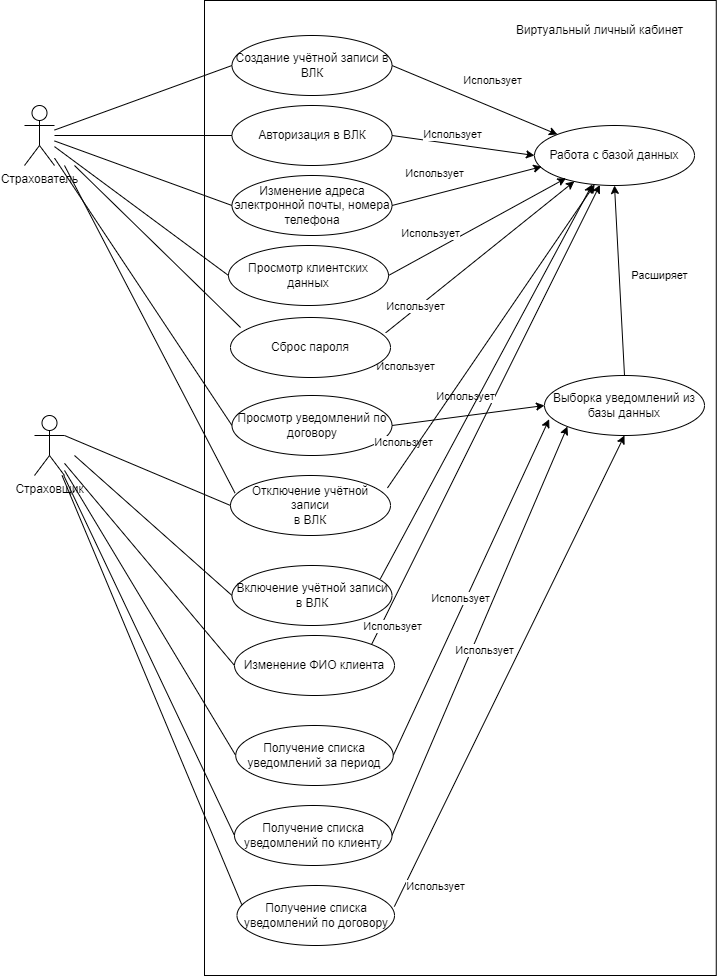
VladBaton/vlk keeps this draw.io diagram as src/main/resources/documentation/Диаграмма вариантов использования.drawio.png. Above is the earlier version. Source tidied: cells renumbered, new cells last; positions are measured from the earlier drawing's top-left corner, leaving out a move shared by most shapes.
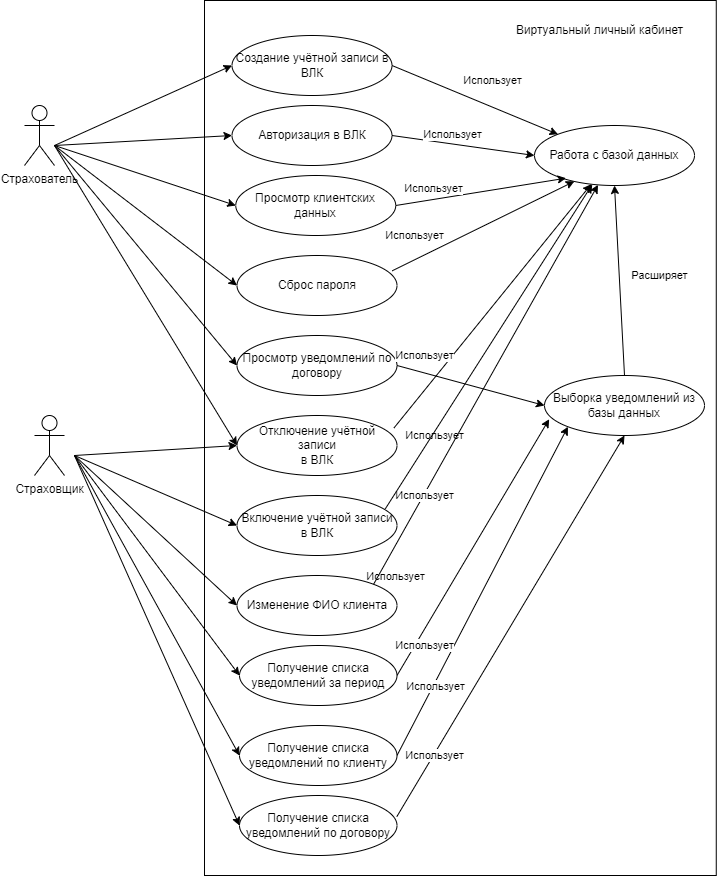
After the change.

Diff of the diagram source:
```diff
@@ -3,7 +3,7 @@
     <mxCell id="0" />
     <mxCell id="1" parent="0" />
     <mxCell id="2" style="rounded=0;whiteSpace=wrap;html=1;" parent="1" vertex="1">
-      <mxGeometry x="180" width="511.8" height="975" as="geometry" />
+      <mxGeometry x="180" width="511.8" height="875" as="geometry" />
     </mxCell>
     <mxCell id="3" value="&lt;div&gt;Страховщик&lt;/div&gt;" style="shape=umlActor;verticalLabelPosition=bottom;verticalAlign=top;html=1;outlineConnect=0;" parent="1" vertex="1">
       <mxGeometry x="10" y="415" width="30" height="60" as="geometry" />
@@ -15,44 +15,20 @@
       <mxGeometry y="105" width="30" height="60" as="geometry" />
     </mxCell>
     <mxCell id="6" value="Просмотр уведомлений по договору" style="ellipse;whiteSpace=wrap;html=1;" parent="1" vertex="1">
-      <mxGeometry x="207.5" y="395" width="160" height="60" as="geometry" />
+      <mxGeometry x="212.5" y="335" width="160" height="60" as="geometry" />
     </mxCell>
-    <mxCell id="7" style="endArrow=none;html=1;rounded=0;entryX=0;entryY=0.5;entryDx=0;entryDy=0;" parent="1" edge="1" source="5" target="6">
-      <mxGeometry relative="1" as="geometry" />
-    </mxCell>
-    <mxCell id="8" style="endArrow=none;html=1;rounded=0;exitX=0;exitY=0.5;exitDx=0;exitDy=0;" parent="1" edge="1" source="9" target="3">
-      <mxGeometry relative="1" as="geometry" />
-    </mxCell>
     <mxCell id="9" value="Получение списка уведомлений за период" style="ellipse;whiteSpace=wrap;html=1;" parent="1" vertex="1">
-      <mxGeometry x="211.2" y="725" width="157.5" height="60" as="geometry" />
+      <mxGeometry x="215" y="645" width="157.5" height="60" as="geometry" />
     </mxCell>
     <mxCell id="10" value="Получение списка уведомлений по клиенту" style="ellipse;whiteSpace=wrap;html=1;" parent="1" vertex="1">
-      <mxGeometry x="210" y="805" width="157.5" height="60" as="geometry" />
+      <mxGeometry x="215" y="725" width="157.5" height="60" as="geometry" />
     </mxCell>
-    <mxCell id="11" style="endArrow=none;html=1;rounded=0;exitX=0;exitY=0.5;exitDx=0;exitDy=0;" parent="1" edge="1" source="10" target="3">
-      <mxGeometry relative="1" as="geometry" />
-    </mxCell>
     <mxCell id="12" value="Авторизация в ВЛК" style="ellipse;whiteSpace=wrap;html=1;" parent="1" vertex="1">
       <mxGeometry x="207.5" y="105" width="160" height="60" as="geometry" />
     </mxCell>
-    <mxCell id="13" style="endArrow=none;html=1;rounded=0;exitX=0;exitY=0.5;exitDx=0;exitDy=0;" parent="1" edge="1" source="12" target="5">
-      <mxGeometry relative="1" as="geometry" />
-    </mxCell>
     <mxCell id="14" value="Создание учётной записи в ВЛК" style="ellipse;whiteSpace=wrap;html=1;" parent="1" vertex="1">
       <mxGeometry x="207.5" y="35" width="160" height="60" as="geometry" />
     </mxCell>
-    <mxCell id="15" style="endArrow=none;html=1;rounded=0;exitX=0;exitY=0.5;exitDx=0;exitDy=0;" parent="1" edge="1" source="14" target="5">
-      <mxGeometry relative="1" as="geometry" />
-    </mxCell>
-    <mxCell id="16" value="Изменение адреса электронной почты, номера&lt;br&gt;телефона" style="ellipse;whiteSpace=wrap;html=1;" parent="1" vertex="1">
-      <mxGeometry x="207.5" y="175" width="160" height="60" as="geometry" />
-    </mxCell>
-    <mxCell id="17" style="endArrow=none;html=1;rounded=0;exitX=0;exitY=0.5;exitDx=0;exitDy=0;" parent="1" edge="1" source="16" target="5">
-      <mxGeometry relative="1" as="geometry" />
-    </mxCell>
-    <mxCell id="18" style="endArrow=none;html=1;rounded=0;exitX=0;exitY=0.5;exitDx=0;exitDy=0;" parent="1" edge="1" source="39" target="3">
-      <mxGeometry relative="1" as="geometry" />
-    </mxCell>
     <mxCell id="19" value="Выборка уведомлений из базы данных" style="ellipse;whiteSpace=wrap;html=1;" parent="1" vertex="1">
       <mxGeometry x="520" y="375" width="160" height="60" as="geometry" />
     </mxCell>
@@ -61,7 +37,7 @@
     </mxCell>
     <mxCell id="21" value="Использует" style="edgeLabel;html=1;align=center;verticalAlign=middle;" parent="20" vertex="1">
       <mxGeometry y="-1" relative="1" as="geometry">
-        <mxPoint x="-65" y="25" as="offset" />
+        <mxPoint x="-37" y="49" as="offset" />
       </mxGeometry>
     </mxCell>
     <mxCell id="22" style="endArrow=classic;html=1;rounded=0;entryX=0.029;entryY=0.729;entryDx=0;entryDy=0;exitX=1;exitY=0.5;exitDx=0;exitDy=0;entryPerimeter=0;" parent="1" edge="1" source="9" target="19">
@@ -69,7 +45,7 @@
     </mxCell>
     <mxCell id="23" value="Использует" style="edgeLabel;html=1;align=center;verticalAlign=middle;" parent="22" vertex="1">
       <mxGeometry y="-1" relative="1" as="geometry">
-        <mxPoint x="-13" y="11" as="offset" />
+        <mxPoint x="-79" y="28" as="offset" />
       </mxGeometry>
     </mxCell>
     <mxCell id="24" style="endArrow=classic;html=1;rounded=0;entryX=0;entryY=1;entryDx=0;entryDy=0;exitX=1;exitY=0.5;exitDx=0;exitDy=0;" parent="1" edge="1" source="10" target="19">
@@ -77,7 +53,7 @@
     </mxCell>
     <mxCell id="25" value="Использует" style="edgeLabel;html=1;align=center;verticalAlign=middle;" parent="24" vertex="1">
       <mxGeometry y="-1" relative="1" as="geometry">
-        <mxPoint x="3" y="19" as="offset" />
+        <mxPoint x="-49" y="95" as="offset" />
       </mxGeometry>
     </mxCell>
     <mxCell id="26" value="Работа с базой данных" style="ellipse;whiteSpace=wrap;html=1;" parent="1" vertex="1">
@@ -107,16 +83,8 @@
         <mxPoint y="-15" as="offset" />
       </mxGeometry>
     </mxCell>
-    <mxCell id="33" style="endArrow=classic;html=1;rounded=0;entryX=0.045;entryY=0.685;entryDx=0;entryDy=0;exitX=1;exitY=0.5;exitDx=0;exitDy=0;entryPerimeter=0;" parent="1" edge="1" source="16" target="26">
-      <mxGeometry relative="1" as="geometry" />
-    </mxCell>
-    <mxCell id="34" value="Использует" style="edgeLabel;html=1;align=center;verticalAlign=middle;" parent="33" vertex="1">
-      <mxGeometry x="-0.23" relative="1" as="geometry">
-        <mxPoint x="-16" y="-17" as="offset" />
-      </mxGeometry>
-    </mxCell>
     <mxCell id="35" value="Просмотр клиентских данных" style="ellipse;whiteSpace=wrap;html=1;" parent="1" vertex="1">
-      <mxGeometry x="204" y="245" width="160" height="60" as="geometry" />
+      <mxGeometry x="211.2" y="175" width="160" height="60" as="geometry" />
     </mxCell>
     <mxCell id="36" style="endArrow=classic;html=1;rounded=0;entryX=0.197;entryY=0.878;entryDx=0;entryDy=0;entryPerimeter=0;exitX=1;exitY=0.5;exitDx=0;exitDy=0;" parent="1" edge="1" source="35" target="26">
       <mxGeometry relative="1" as="geometry" />
@@ -126,74 +94,110 @@
         <mxPoint x="-25" y="-10" as="offset" />
       </mxGeometry>
     </mxCell>
-    <mxCell id="38" style="endArrow=none;html=1;rounded=0;exitX=0;exitY=0.5;exitDx=0;exitDy=0;" parent="1" edge="1" source="35" target="5">
-      <mxGeometry relative="1" as="geometry" />
-    </mxCell>
     <mxCell id="39" value="Изменение ФИО клиента" style="ellipse;whiteSpace=wrap;html=1;" parent="1" vertex="1">
-      <mxGeometry x="210" y="635" width="160" height="60" as="geometry" />
+      <mxGeometry x="212.5" y="575" width="160" height="60" as="geometry" />
     </mxCell>
     <mxCell id="40" style="endArrow=classic;html=1;rounded=0;exitX=1;exitY=0;exitDx=0;exitDy=0;" parent="1" edge="1" source="39" target="26">
       <mxGeometry relative="1" as="geometry" />
     </mxCell>
     <mxCell id="41" value="Использует" style="edgeLabel;html=1;align=center;verticalAlign=middle;" parent="1" vertex="1">
-      <mxGeometry x="440" y="395" as="geometry" />
+      <mxGeometry x="400" y="495" as="geometry" />
     </mxCell>
     <mxCell id="42" value="Отключение учётной записи&lt;br&gt;в ВЛК" style="ellipse;whiteSpace=wrap;html=1;" parent="1" vertex="1">
-      <mxGeometry x="206" y="475" width="160" height="60" as="geometry" />
+      <mxGeometry x="212.5" y="415" width="160" height="60" as="geometry" />
     </mxCell>
-    <mxCell id="43" style="endArrow=none;html=1;rounded=0;exitX=0.028;exitY=0.292;exitDx=0;exitDy=0;exitPerimeter=0;" parent="1" edge="1" source="42">
-      <mxGeometry relative="1" as="geometry">
-        <mxPoint x="40" y="165" as="targetPoint" />
-      </mxGeometry>
-    </mxCell>
-    <mxCell id="44" style="endArrow=none;html=1;rounded=0;entryX=0;entryY=0.5;entryDx=0;entryDy=0;exitX=1;exitY=0.3333333333333333;exitDx=0;exitDy=0;exitPerimeter=0;" parent="1" edge="1" source="3" target="42">
-      <mxGeometry relative="1" as="geometry" />
-    </mxCell>
     <mxCell id="45" style="endArrow=classic;html=1;rounded=0;exitX=0.981;exitY=0.208;exitDx=0;exitDy=0;exitPerimeter=0;" parent="1" edge="1" source="42" target="26">
       <mxGeometry relative="1" as="geometry" />
     </mxCell>
     <mxCell id="46" value="Использует" style="edgeLabel;html=1;align=center;verticalAlign=middle;" parent="1" vertex="1">
-      <mxGeometry x="380" y="365" as="geometry" />
+      <mxGeometry x="400" y="355" as="geometry" />
     </mxCell>
     <mxCell id="47" value="Включение учётной записи&lt;br&gt;в ВЛК" style="ellipse;whiteSpace=wrap;html=1;" parent="1" vertex="1">
-      <mxGeometry x="207.5" y="565" width="160" height="60" as="geometry" />
+      <mxGeometry x="212.5" y="495" width="160" height="60" as="geometry" />
     </mxCell>
-    <mxCell id="48" style="endArrow=none;html=1;rounded=0;entryX=0;entryY=0.5;entryDx=0;entryDy=0;" parent="1" edge="1" target="47">
-      <mxGeometry relative="1" as="geometry">
-        <mxPoint x="50" y="455" as="sourcePoint" />
-      </mxGeometry>
-    </mxCell>
     <mxCell id="49" style="endArrow=classic;html=1;rounded=0;exitX=0.927;exitY=0.222;exitDx=0;exitDy=0;exitPerimeter=0;entryX=0.361;entryY=0.983;entryDx=0;entryDy=0;entryPerimeter=0;" parent="1" edge="1" source="47" target="26">
       <mxGeometry relative="1" as="geometry" />
     </mxCell>
     <mxCell id="50" value="Сброс пароля" style="ellipse;whiteSpace=wrap;html=1;" parent="1" vertex="1">
-      <mxGeometry x="206" y="317" width="160" height="60" as="geometry" />
+      <mxGeometry x="212.5" y="255" width="160" height="60" as="geometry" />
     </mxCell>
     <mxCell id="51" style="endArrow=classic;html=1;rounded=0;entryX=0.249;entryY=0.931;entryDx=0;entryDy=0;entryPerimeter=0;exitX=0.97;exitY=0.255;exitDx=0;exitDy=0;exitPerimeter=0;" parent="1" edge="1" source="50" target="26">
       <mxGeometry relative="1" as="geometry" />
     </mxCell>
-    <mxCell id="52" style="endArrow=none;html=1;rounded=0;entryX=0.063;entryY=0.167;entryDx=0;entryDy=0;entryPerimeter=0;" parent="1" edge="1" target="50">
-      <mxGeometry relative="1" as="geometry">
-        <mxPoint x="50" y="165" as="sourcePoint" />
-      </mxGeometry>
-    </mxCell>
     <mxCell id="53" value="Использует" style="edgeLabel;html=1;align=center;verticalAlign=middle;" parent="1" vertex="1">
-      <mxGeometry x="390" y="305" as="geometry" />
+      <mxGeometry x="390" y="235" as="geometry" />
     </mxCell>
     <mxCell id="54" value="Использует" style="edgeLabel;html=1;align=center;verticalAlign=middle;" parent="1" vertex="1">
-      <mxGeometry x="367.5" y="625" as="geometry" />
+      <mxGeometry x="400" y="645" as="geometry" />
     </mxCell>
     <mxCell id="55" value="Получение списка уведомлений по договору" style="ellipse;whiteSpace=wrap;html=1;" parent="1" vertex="1">
-      <mxGeometry x="212.5" y="885" width="157.5" height="60" as="geometry" />
+      <mxGeometry x="215" y="795" width="157.5" height="60" as="geometry" />
     </mxCell>
-    <mxCell id="56" style="endArrow=none;html=1;rounded=0;exitX=0.03;exitY=0.317;exitDx=0;exitDy=0;exitPerimeter=0;" parent="1" edge="1" source="55" target="3">
-      <mxGeometry relative="1" as="geometry" />
-    </mxCell>
     <mxCell id="57" style="endArrow=classic;html=1;rounded=0;entryX=0.5;entryY=1;entryDx=0;entryDy=0;exitX=0.999;exitY=0.352;exitDx=0;exitDy=0;exitPerimeter=0;" parent="1" edge="1" source="55" target="19">
       <mxGeometry relative="1" as="geometry" />
     </mxCell>
     <mxCell id="58" value="Использует" style="edgeLabel;html=1;align=center;verticalAlign=middle;" parent="1" vertex="1">
-      <mxGeometry x="410" y="885" as="geometry" />
+      <mxGeometry x="410" y="755" as="geometry" />
     </mxCell>
+    <mxCell id="59" style="endArrow=classic;html=1;rounded=0;entryX=0;entryY=0.5;entryDx=0;entryDy=0;" parent="1" edge="1" target="14">
+      <mxGeometry relative="1" as="geometry">
+        <mxPoint x="30" y="145" as="sourcePoint" />
+      </mxGeometry>
+    </mxCell>
+    <mxCell id="60" style="endArrow=classic;html=1;rounded=0;entryX=0;entryY=0.5;entryDx=0;entryDy=0;" parent="1" edge="1" target="12">
+      <mxGeometry relative="1" as="geometry">
+        <mxPoint x="30" y="145" as="sourcePoint" />
+      </mxGeometry>
+    </mxCell>
+    <mxCell id="61" style="endArrow=classic;html=1;rounded=0;entryX=0;entryY=0.5;entryDx=0;entryDy=0;" parent="1" edge="1" target="35">
+      <mxGeometry relative="1" as="geometry">
+        <mxPoint x="30" y="145" as="sourcePoint" />
+      </mxGeometry>
+    </mxCell>
+    <mxCell id="62" style="endArrow=classic;html=1;rounded=0;entryX=0;entryY=0.5;entryDx=0;entryDy=0;" parent="1" edge="1" target="50">
+      <mxGeometry relative="1" as="geometry">
+        <mxPoint x="30" y="145" as="sourcePoint" />
+      </mxGeometry>
+    </mxCell>
+    <mxCell id="63" style="endArrow=classic;html=1;rounded=0;entryX=0;entryY=0.5;entryDx=0;entryDy=0;" parent="1" edge="1" target="6">
+      <mxGeometry relative="1" as="geometry">
+        <mxPoint x="30" y="145" as="sourcePoint" />
+      </mxGeometry>
+    </mxCell>
+    <mxCell id="64" style="endArrow=classic;html=1;rounded=0;entryX=0;entryY=0.5;entryDx=0;entryDy=0;" parent="1" edge="1" target="42">
+      <mxGeometry relative="1" as="geometry">
+        <mxPoint x="30" y="145" as="sourcePoint" />
+      </mxGeometry>
+    </mxCell>
+    <mxCell id="65" style="endArrow=classic;html=1;rounded=0;entryX=0;entryY=0.5;entryDx=0;entryDy=0;" parent="1" edge="1" target="42">
+      <mxGeometry relative="1" as="geometry">
+        <mxPoint x="50" y="455" as="sourcePoint" />
+      </mxGeometry>
+    </mxCell>
+    <mxCell id="66" style="endArrow=classic;html=1;rounded=0;entryX=0;entryY=0.5;entryDx=0;entryDy=0;" parent="1" edge="1" target="47">
+      <mxGeometry relative="1" as="geometry">
+        <mxPoint x="50" y="455" as="sourcePoint" />
+      </mxGeometry>
+    </mxCell>
+    <mxCell id="67" style="endArrow=classic;html=1;rounded=0;entryX=0;entryY=0.5;entryDx=0;entryDy=0;" parent="1" edge="1" target="39">
+      <mxGeometry relative="1" as="geometry">
+        <mxPoint x="50" y="455" as="sourcePoint" />
+      </mxGeometry>
+    </mxCell>
+    <mxCell id="68" style="endArrow=classic;html=1;rounded=0;entryX=0;entryY=0.5;entryDx=0;entryDy=0;" parent="1" edge="1" target="9">
+      <mxGeometry relative="1" as="geometry">
+        <mxPoint x="50" y="455" as="sourcePoint" />
+      </mxGeometry>
+    </mxCell>
+    <mxCell id="69" style="endArrow=classic;html=1;rounded=0;entryX=0;entryY=0.5;entryDx=0;entryDy=0;" parent="1" edge="1" target="10">
+      <mxGeometry relative="1" as="geometry">
+        <mxPoint x="50" y="455" as="sourcePoint" />
+      </mxGeometry>
+    </mxCell>
+    <mxCell id="70" style="endArrow=classic;html=1;rounded=0;entryX=0;entryY=0.5;entryDx=0;entryDy=0;" parent="1" edge="1" target="55">
+      <mxGeometry relative="1" as="geometry">
+        <mxPoint x="50" y="455" as="sourcePoint" />
+      </mxGeometry>
+    </mxCell>
   </root>
 </mxGraphModel>
```
